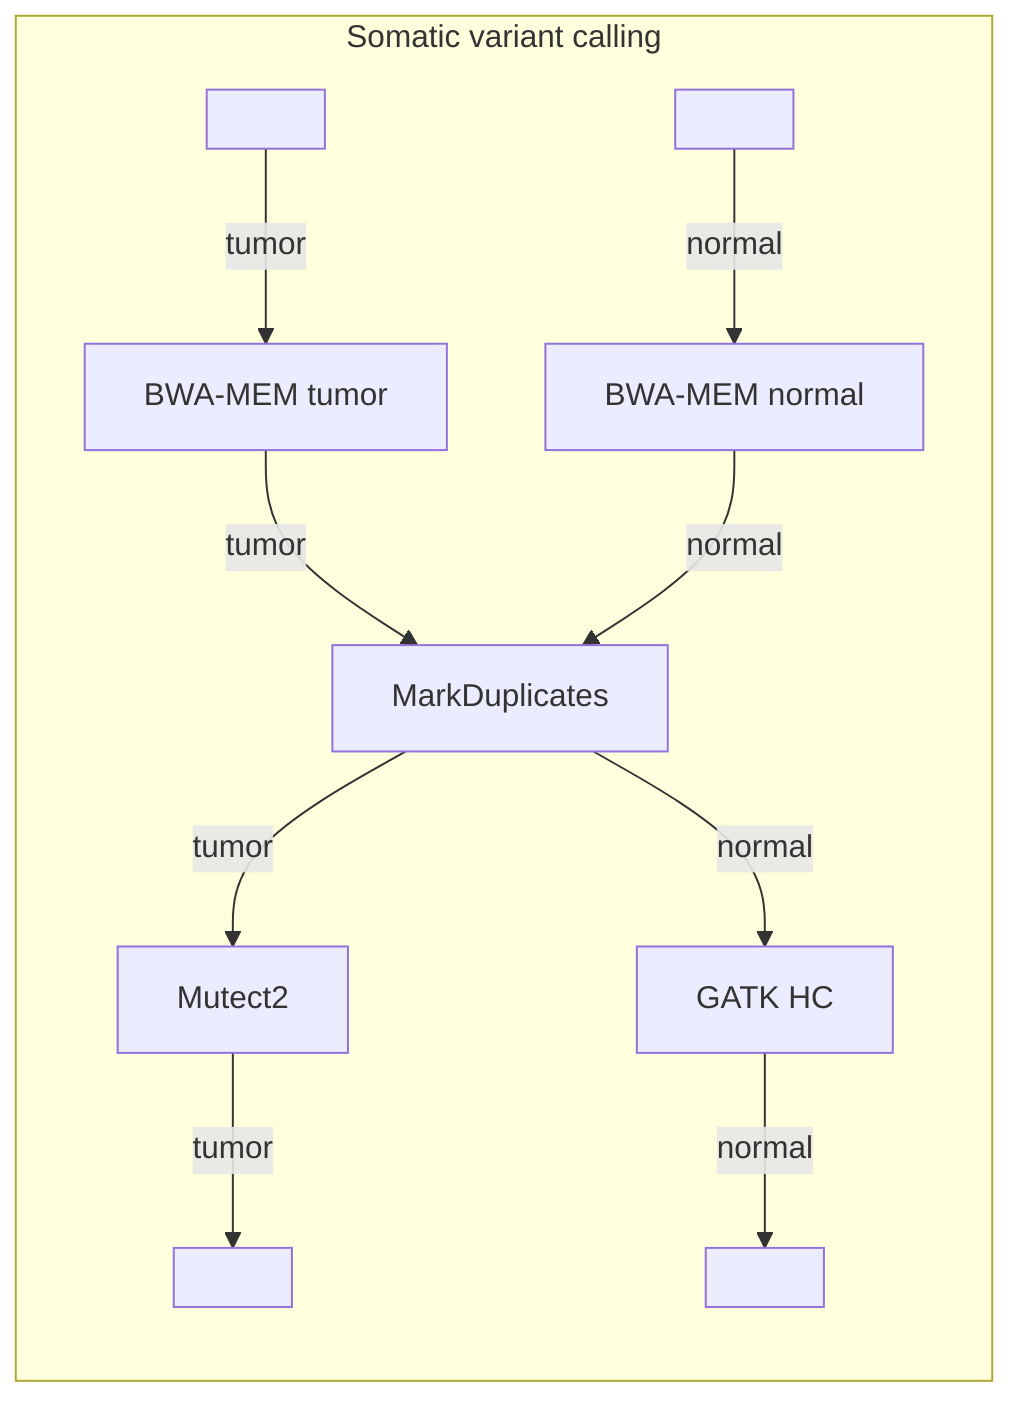
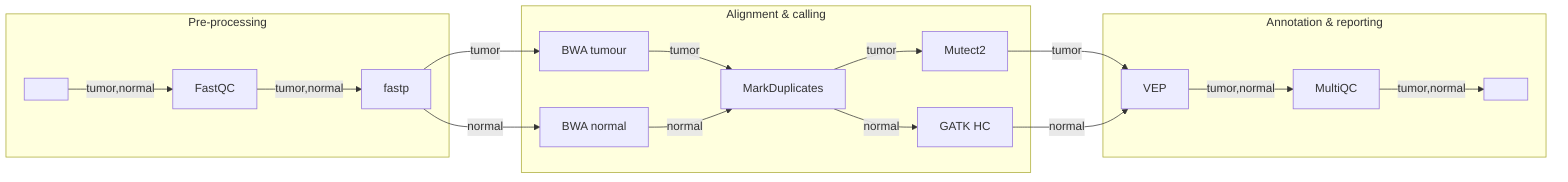
%%metro title: Cross-track interchange
%%metro style: dark
%%metro legend: br
%%metro line: tumor | Tumor | #d62728
%%metro line: normal | Normal | #0570b0
+ %%metro file: fastq_in | FASTQ
+ %%metro file: out | VCF

- %% MarkDuplicates is one tool both lanes run, but tumor and normal never merge.
- %% Declaring it an interchange keeps each lane on its own track and renders the
- %% shared step as a single cross-track connector instead of pinching the lines
- %% together to a point.  (Auto-layout infers this same interchange even without
- %% the directive, since the lanes are fully parallel; the directive pins it.)
+ %% The two lanes are NOT parallel everywhere: they share a pre-processing trunk
+ %% (a real convergence), fan out to their own aligners, and merge again at
+ %% Annotate (a real fan-in, where the lines pinch to a point). MarkDuplicates is
+ %% the exception -- both lanes run it but never merge there, so it renders as a
+ %% cross-track interchange that keeps each lane straight on its own track rather
+ %% than pinching them together. (Auto-layout infers this same interchange even
+ %% without the directive, since the lanes through MarkDuplicates are parallel;
+ %% Annotate is left as a convergence because both lanes leave it for one MultiQC.)
%%metro interchange: markduplicates | tumor | normal

graph LR
-     subgraph calling [Somatic variant calling]
-         t_in[ ]
-         n_in[ ]
-         t_align[BWA-MEM tumor]
-         n_align[BWA-MEM normal]
+     subgraph prep [Pre-processing]
+         fastq_in[ ]
+         fastqc[FastQC]
+         fastp[fastp]
+         fastq_in -->|tumor,normal| fastqc
+         fastqc -->|tumor,normal| fastp
+     end
+ 
+     subgraph calling [Alignment & calling]
+         bwa_t[BWA tumour]
+         bwa_n[BWA normal]
        markduplicates[MarkDuplicates]
-         t_call[Mutect2]
-         n_call[GATK HC]
-         t_out[ ]
-         n_out[ ]
+         mutect2[Mutect2]
+         haplotypecaller[GATK HC]
+         bwa_t -->|tumor| markduplicates
+         bwa_n -->|normal| markduplicates
+         markduplicates -->|tumor| mutect2
+         markduplicates -->|normal| haplotypecaller
+     end

-         t_in -->|tumor| t_align
-         n_in -->|normal| n_align
-         t_align -->|tumor| markduplicates
-         n_align -->|normal| markduplicates
-         markduplicates -->|tumor| t_call
-         markduplicates -->|normal| n_call
-         t_call -->|tumor| t_out
-         n_call -->|normal| n_out
+     subgraph reporting [Annotation & reporting]
+         annotate[VEP]
+         multiqc[MultiQC]
+         out[ ]
+         annotate -->|tumor,normal| multiqc
+         multiqc -->|tumor,normal| out
    end
+ 
+     fastp -->|tumor| bwa_t
+     fastp -->|normal| bwa_n
+     mutect2 -->|tumor| annotate
+     haplotypecaller -->|normal| annotate
